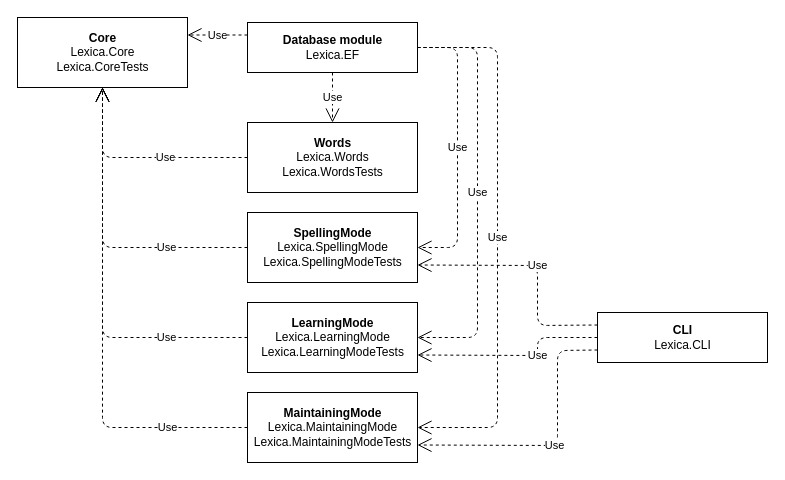
The draw.io diagram Docs/Project/diagrams/modules.drawio in lrydzkowski/Lexica, before the edit. Source tidied: cells renumbered, new cells numbered last; positions are measured from the earlier drawing's top-left corner, leaving out a move shared by most shapes. Both pictures are drawn from the tidied source at 100%, with x=0, y=0 at pixel (17, 17).
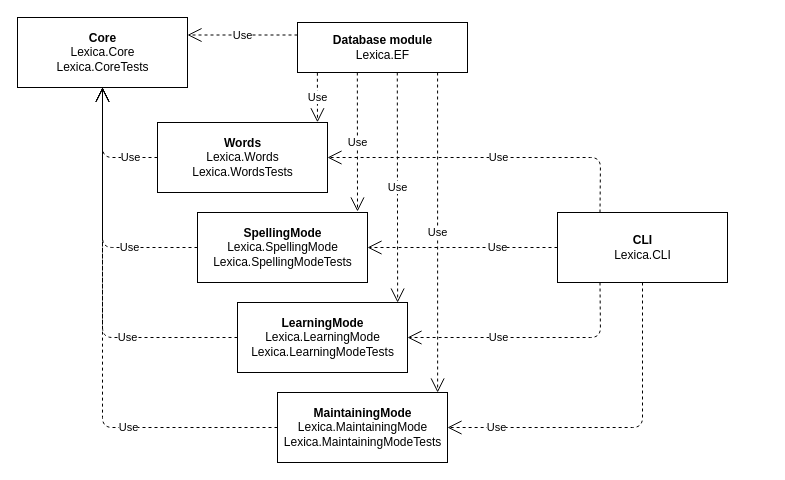
The same page after the edit.

The change refers to these unchanged cells:
```xml
<mxCell id="2" value="&lt;b&gt;Core&lt;/b&gt;&lt;br&gt;Lexica.Core&lt;br&gt;Lexica.CoreTests" style="html=1;" parent="1" vertex="1">
  <mxGeometry width="170" height="70" as="geometry" />
</mxCell>
```

What changed in the source:
```diff
@@
     <mxCell id="3" value="&lt;b&gt;Database module&lt;/b&gt;&lt;br&gt;Lexica.EF" style="html=1;" parent="1" vertex="1">
-      <mxGeometry x="230" y="5" width="170" height="50" as="geometry" />
+      <mxGeometry x="280" y="5" width="170" height="50" as="geometry" />
     </mxCell>
     <mxCell id="4" value="&lt;b&gt;SpellingMode&lt;/b&gt;&lt;br&gt;Lexica.SpellingMode&lt;br&gt;Lexica.SpellingModeTests" style="html=1;" parent="1" vertex="1">
-      <mxGeometry x="230" y="195" width="170" height="70" as="geometry" />
+      <mxGeometry x="180" y="195" width="170" height="70" as="geometry" />
     </mxCell>
     <mxCell id="5" value="&lt;b&gt;CLI&lt;/b&gt;&lt;br&gt;Lexica.CLI" style="html=1;" parent="1" vertex="1">
-      <mxGeometry x="580" y="295" width="170" height="50" as="geometry" />
+      <mxGeometry x="540" y="195" width="170" height="70" as="geometry" />
     </mxCell>
     <mxCell id="6" value="&lt;b&gt;LearningMode&lt;/b&gt;&lt;br&gt;Lexica.LearningMode&lt;br&gt;Lexica.LearningModeTests" style="html=1;" parent="1" vertex="1">
-      <mxGeometry x="230" y="285" width="170" height="70" as="geometry" />
+      <mxGeometry x="220" y="285" width="170" height="70" as="geometry" />
     </mxCell>
     <mxCell id="7" value="&lt;b&gt;MaintainingMode&lt;/b&gt;&lt;br&gt;Lexica.MaintainingMode&lt;br&gt;Lexica.MaintainingModeTests" style="html=1;" parent="1" vertex="1">
-      <mxGeometry x="230" y="375" width="170" height="70" as="geometry" />
+      <mxGeometry x="260" y="375" width="170" height="70" as="geometry" />
     </mxCell>
     <mxCell id="8" value="&lt;b&gt;Words&lt;/b&gt;&lt;br&gt;Lexica.Words&lt;br&gt;Lexica.WordsTests" style="html=1;" parent="1" vertex="1">
-      <mxGeometry x="230" y="105" width="170" height="70" as="geometry" />
+      <mxGeometry x="140" y="105" width="170" height="70" as="geometry" />
     </mxCell>
     <mxCell id="9" value="Use" style="endArrow=open;endSize=12;dashed=1;html=1;exitX=0;exitY=0.5;exitDx=0;exitDy=0;entryX=0.5;entryY=1;entryDx=0;entryDy=0;" parent="1" edge="1" source="8" target="2">
-      <mxGeometry x="-0.24" relative="1" as="geometry">
+      <mxGeometry x="-0.56" relative="1" as="geometry">
         <Array as="points">
           <mxPoint x="85" y="140" />
         </Array>
       </mxGeometry>
     </mxCell>
@@
     <mxCell id="11" value="Use" style="endArrow=open;endSize=12;dashed=1;html=1;exitX=0;exitY=0.5;exitDx=0;exitDy=0;entryX=0.5;entryY=1;entryDx=0;entryDy=0;" parent="1" edge="1" source="6" target="2">
-      <mxGeometry x="-0.59" relative="1" as="geometry">
+      <mxGeometry x="-0.43" relative="1" as="geometry">
         <Array as="points">
           <mxPoint x="85" y="320" />
         </Array>
       </mxGeometry>
     </mxCell>
     <mxCell id="12" value="Use" style="endArrow=open;endSize=12;dashed=1;html=1;exitX=0;exitY=0.5;exitDx=0;exitDy=0;entryX=0.5;entryY=1;entryDx=0;entryDy=0;" parent="1" edge="1" source="7" target="2">
-      <mxGeometry x="-0.67" relative="1" as="geometry">
+      <mxGeometry x="-0.42" relative="1" as="geometry">
         <Array as="points">
           <mxPoint x="85" y="410" />
         </Array>
       </mxGeometry>
     </mxCell>
-    <mxCell id="13" value="Use" style="endArrow=open;endSize=12;dashed=1;html=1;exitX=0.5;exitY=1;exitDx=0;exitDy=0;" parent="1" edge="1" source="3" target="8">
+    <mxCell id="13" value="Use" style="endArrow=open;endSize=12;dashed=1;html=1;exitX=0.117;exitY=1.005;exitDx=0;exitDy=0;entryX=0.941;entryY=-0.003;entryDx=0;entryDy=0;entryPerimeter=0;exitPerimeter=0;" parent="1" edge="1" source="3" target="8">
       <mxGeometry relative="1" as="geometry" />
     </mxCell>
-    <mxCell id="14" value="Use" style="endArrow=open;endSize=12;dashed=1;html=1;exitX=1;exitY=0.5;exitDx=0;exitDy=0;entryX=1;entryY=0.5;entryDx=0;entryDy=0;" parent="1" edge="1" source="3" target="4">
-      <mxGeometry relative="1" as="geometry">
-        <Array as="points">
-          <mxPoint x="440" y="30" />
-          <mxPoint x="440" y="230" />
-        </Array>
-      </mxGeometry>
-    </mxCell>
+    <mxCell id="20" value="Use" style="endArrow=open;endSize=12;dashed=1;html=1;exitX=0;exitY=0.25;exitDx=0;exitDy=0;entryX=1;entryY=0.25;entryDx=0;entryDy=0;" parent="1" edge="1" source="3" target="2">
+      <mxGeometry relative="1" as="geometry" />
+    </mxCell>
+    <mxCell id="21" value="Use" style="endArrow=open;endSize=12;dashed=1;html=1;exitX=0.352;exitY=1;exitDx=0;exitDy=0;exitPerimeter=0;" parent="1" edge="1" source="3">
+      <mxGeometry relative="1" as="geometry">
+        <mxPoint x="340" y="194" as="targetPoint" />
+      </mxGeometry>
+    </mxCell>
-    <mxCell id="15" value="Use" style="endArrow=open;endSize=12;dashed=1;html=1;exitX=1;exitY=0.5;exitDx=0;exitDy=0;entryX=1;entryY=0.5;entryDx=0;entryDy=0;" parent="1" edge="1" source="3" target="6">
-      <mxGeometry relative="1" as="geometry">
-        <Array as="points">
-          <mxPoint x="460" y="30" />
-          <mxPoint x="460" y="320" />
-        </Array>
-      </mxGeometry>
+    <mxCell id="15" value="Use" style="endArrow=open;endSize=12;dashed=1;html=1;exitX=0.587;exitY=1;exitDx=0;exitDy=0;exitPerimeter=0;entryX=0.942;entryY=0.001;entryDx=0;entryDy=0;entryPerimeter=0;" parent="1" edge="1" source="3" target="6">
+      <mxGeometry relative="1" as="geometry" />
     </mxCell>
-    <mxCell id="16" value="Use" style="endArrow=open;endSize=12;dashed=1;html=1;exitX=1;exitY=0.5;exitDx=0;exitDy=0;entryX=1;entryY=0.5;entryDx=0;entryDy=0;" parent="1" edge="1" source="3" target="7">
-      <mxGeometry relative="1" as="geometry">
-        <Array as="points">
-          <mxPoint x="480" y="30" />
-          <mxPoint x="480" y="410" />
-        </Array>
-      </mxGeometry>
+    <mxCell id="16" value="Use" style="endArrow=open;endSize=12;dashed=1;html=1;exitX=0.824;exitY=1;exitDx=0;exitDy=0;exitPerimeter=0;entryX=0.942;entryY=0;entryDx=0;entryDy=0;entryPerimeter=0;" parent="1" edge="1" source="3" target="7">
+      <mxGeometry relative="1" as="geometry" />
     </mxCell>
+    <mxCell id="22" value="Use" style="endArrow=open;endSize=12;dashed=1;html=1;exitX=0.25;exitY=0;exitDx=0;exitDy=0;entryX=1;entryY=0.5;entryDx=0;entryDy=0;" parent="1" edge="1" source="5" target="8">
+      <mxGeometry x="-0.04" relative="1" as="geometry">
+        <Array as="points">
+          <mxPoint x="583" y="140" />
+        </Array>
+      </mxGeometry>
+    </mxCell>
-    <mxCell id="17" value="Use" style="endArrow=open;endSize=12;dashed=1;html=1;exitX=0;exitY=0.25;exitDx=0;exitDy=0;entryX=1;entryY=0.75;entryDx=0;entryDy=0;" parent="1" edge="1" source="5" target="4">
-      <mxGeometry relative="1" as="geometry">
-        <Array as="points">
-          <mxPoint x="520" y="308" />
-          <mxPoint x="520" y="248" />
-        </Array>
-      </mxGeometry>
+    <mxCell id="17" value="Use" style="endArrow=open;endSize=12;dashed=1;html=1;exitX=0;exitY=0.5;exitDx=0;exitDy=0;entryX=1;entryY=0.5;entryDx=0;entryDy=0;" parent="1" edge="1" source="5" target="4">
+      <mxGeometry x="-0.37" relative="1" as="geometry" />
     </mxCell>
-    <mxCell id="18" value="Use" style="endArrow=open;endSize=12;dashed=1;html=1;exitX=0;exitY=0.5;exitDx=0;exitDy=0;entryX=1;entryY=0.75;entryDx=0;entryDy=0;" parent="1" edge="1" source="5" target="6">
-      <mxGeometry x="-0.22" relative="1" as="geometry">
+    <mxCell id="18" value="Use" style="endArrow=open;endSize=12;dashed=1;html=1;exitX=0.25;exitY=1;exitDx=0;exitDy=0;entryX=1;entryY=0.5;entryDx=0;entryDy=0;" parent="1" edge="1" source="5" target="6">
+      <mxGeometry x="0.27" relative="1" as="geometry">
         <Array as="points">
-          <mxPoint x="520" y="320" />
-          <mxPoint x="520" y="338" />
+          <mxPoint x="583" y="320" />
         </Array>
-        <mxPoint y="1" as="offset" />
       </mxGeometry>
     </mxCell>
-    <mxCell id="19" value="Use" style="endArrow=open;endSize=12;dashed=1;html=1;exitX=0;exitY=0.75;exitDx=0;exitDy=0;entryX=1;entryY=0.75;entryDx=0;entryDy=0;" parent="1" edge="1" source="5" target="7">
-      <mxGeometry relative="1" as="geometry">
+    <mxCell id="19" value="Use" style="endArrow=open;endSize=12;dashed=1;html=1;exitX=0.5;exitY=1;exitDx=0;exitDy=0;entryX=1;entryY=0.5;entryDx=0;entryDy=0;" parent="1" edge="1" source="5" target="7">
+      <mxGeometry x="0.71" relative="1" as="geometry">
         <Array as="points">
-          <mxPoint x="540" y="333" />
-          <mxPoint x="540" y="428" />
+          <mxPoint x="625" y="410" />
         </Array>
       </mxGeometry>
     </mxCell>
-    <mxCell id="20" value="Use" style="endArrow=open;endSize=12;dashed=1;html=1;exitX=0;exitY=0.25;exitDx=0;exitDy=0;entryX=1;entryY=0.25;entryDx=0;entryDy=0;" parent="1" edge="1" source="3" target="2">
-      <mxGeometry relative="1" as="geometry" />
-    </mxCell>
```
